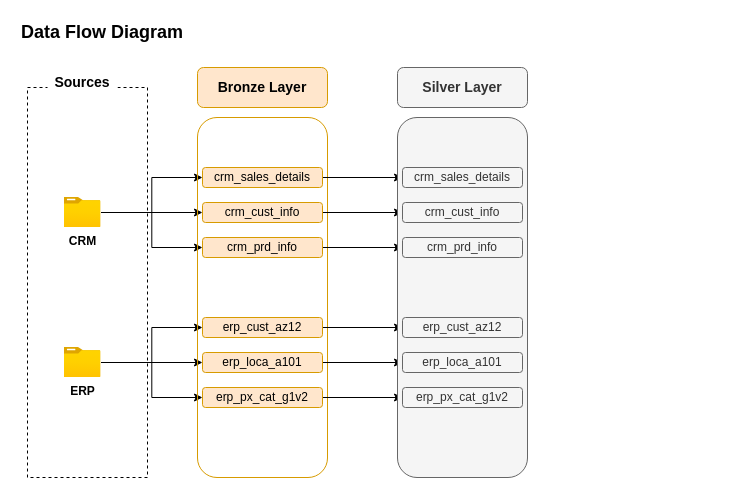
Above: docs/data_flow.drawio in Bhavya-02022000/DWH_project (draw.io), before the change. Source tidied: cells renumbered, new cells numbered last; positions are measured from the earlier drawing's top-left corner, leaving out a move shared by most shapes. Both pictures are drawn from the tidied source at 100%, with x=0, y=0 at pixel (17, 17).
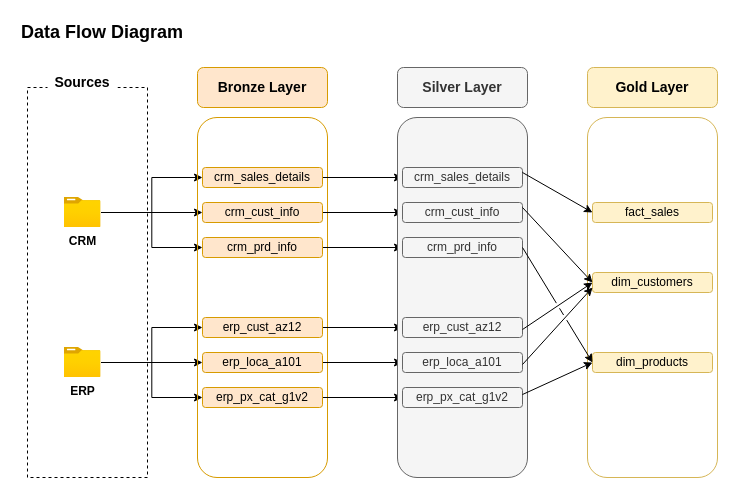
Above is the later version.

The change refers to these unchanged cells:
```xml
<mxCell id="29" value="&lt;font style=&quot;font-size: 12px;&quot;&gt;crm_sales_details&lt;/font&gt;" style="rounded=1;whiteSpace=wrap;html=1;fillColor=#f5f5f5;strokeColor=#666666;fontColor=#333333;" parent="1" vertex="1">
  <mxGeometry x="385" y="150" width="120" height="20" as="geometry" />
</mxCell>
<mxCell id="30" value="&lt;font style=&quot;font-size: 12px;&quot;&gt;crm_cust_info&lt;/font&gt;" style="rounded=1;whiteSpace=wrap;html=1;fillColor=#f5f5f5;strokeColor=#666666;fontColor=#333333;" parent="1" vertex="1">
  <mxGeometry x="385" y="185" width="120" height="20" as="geometry" />
</mxCell>
```

Change to the diagram source:
```diff
@@
+    <mxCell id="35" style="rounded=1;whiteSpace=wrap;html=1;fillColor=none;strokeColor=#d6b656;" parent="1" vertex="1">
+      <mxGeometry x="570" y="100" width="130" height="360" as="geometry" />
+    </mxCell>
+    <mxCell id="36" value="&lt;b&gt;&lt;font style=&quot;font-size: 14px;&quot;&gt;Gold Layer&lt;/font&gt;&lt;/b&gt;" style="rounded=1;whiteSpace=wrap;html=1;fillColor=#fff2cc;strokeColor=#d6b656;" parent="1" vertex="1">
+      <mxGeometry x="570" y="50" width="130" height="40" as="geometry" />
+    </mxCell>
+    <mxCell id="37" value="&lt;font style=&quot;font-size: 12px;&quot;&gt;fact_sales&lt;/font&gt;" style="rounded=1;whiteSpace=wrap;html=1;fillColor=#fff2cc;strokeColor=#d6b656;" parent="1" vertex="1">
+      <mxGeometry x="575" y="185" width="120" height="20" as="geometry" />
+    </mxCell>
+    <mxCell id="38" value="&lt;font style=&quot;font-size: 12px;&quot;&gt;dim_customers&lt;/font&gt;" style="rounded=1;whiteSpace=wrap;html=1;fillColor=#fff2cc;strokeColor=#d6b656;" parent="1" vertex="1">
+      <mxGeometry x="575" y="255" width="120" height="20" as="geometry" />
+    </mxCell>
+    <mxCell id="39" value="&lt;font style=&quot;font-size: 12px;&quot;&gt;dim_products&lt;/font&gt;" style="rounded=1;whiteSpace=wrap;html=1;fillColor=#fff2cc;strokeColor=#d6b656;" parent="1" vertex="1">
+      <mxGeometry x="575" y="335" width="120" height="20" as="geometry" />
+    </mxCell>
+    <mxCell id="40" style="endArrow=classic;html=1;rounded=0;entryX=0;entryY=0.5;entryDx=0;entryDy=0;exitX=1;exitY=0.25;exitDx=0;exitDy=0;" parent="1" edge="1" source="29" target="37">
+      <mxGeometry relative="1" as="geometry" />
+    </mxCell>
+    <mxCell id="41" style="endArrow=classic;html=1;rounded=0;entryX=0;entryY=0.5;entryDx=0;entryDy=0;exitX=1;exitY=0.25;exitDx=0;exitDy=0;jumpStyle=gap;" parent="1" edge="1" source="30" target="38">
+      <mxGeometry relative="1" as="geometry" />
+    </mxCell>
+    <mxCell id="42" style="endArrow=classic;html=1;rounded=0;entryX=0;entryY=0.5;entryDx=0;entryDy=0;jumpStyle=gap;" parent="1" edge="1" target="38">
+      <mxGeometry relative="1" as="geometry">
+        <mxPoint x="505" y="312" as="sourcePoint" />
+      </mxGeometry>
+    </mxCell>
+    <mxCell id="43" style="endArrow=classic;html=1;rounded=0;entryX=0;entryY=0.75;entryDx=0;entryDy=0;jumpStyle=gap;" parent="1" edge="1" target="38">
+      <mxGeometry relative="1" as="geometry">
+        <mxPoint x="505" y="347" as="sourcePoint" />
+      </mxGeometry>
+    </mxCell>
+    <mxCell id="44" style="endArrow=classic;html=1;rounded=0;entryX=0;entryY=0.5;entryDx=0;entryDy=0;exitX=1;exitY=0.25;exitDx=0;exitDy=0;jumpStyle=gap;" parent="1" edge="1" target="39">
+      <mxGeometry relative="1" as="geometry">
+        <mxPoint x="505" y="230" as="sourcePoint" />
+      </mxGeometry>
+    </mxCell>
+    <mxCell id="45" style="endArrow=classic;html=1;rounded=0;entryX=0;entryY=0.5;entryDx=0;entryDy=0;jumpStyle=gap;" parent="1" edge="1" target="39">
+      <mxGeometry relative="1" as="geometry">
+        <mxPoint x="505" y="377" as="sourcePoint" />
+      </mxGeometry>
+    </mxCell>
```
